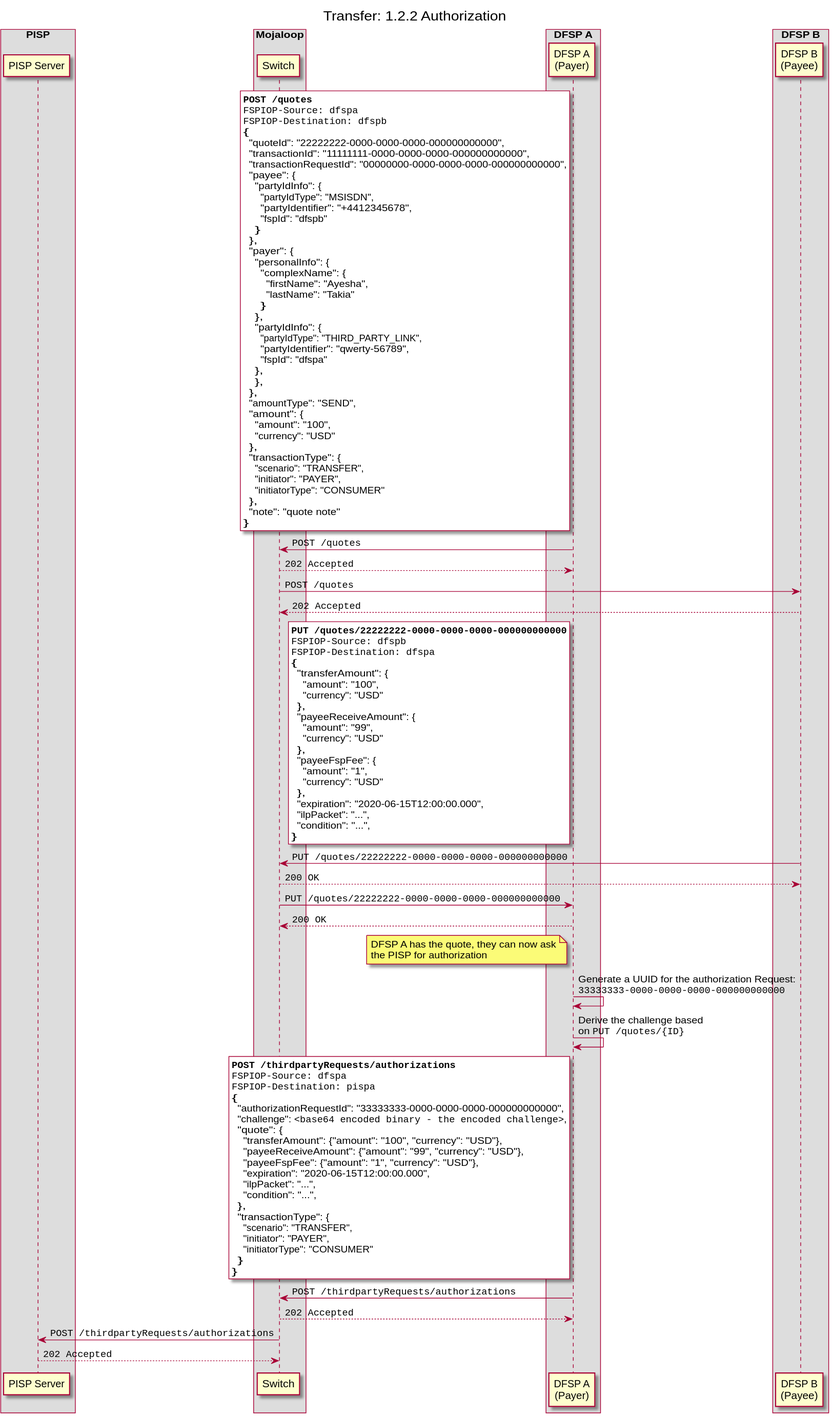
The PlantUML diagram docs/out/transfer/1-2-2-authorization.svg in mojaloop/pisp-project, before a commit. Its source is kept beside it as docs/transfer/1-2-2-authorization.puml.
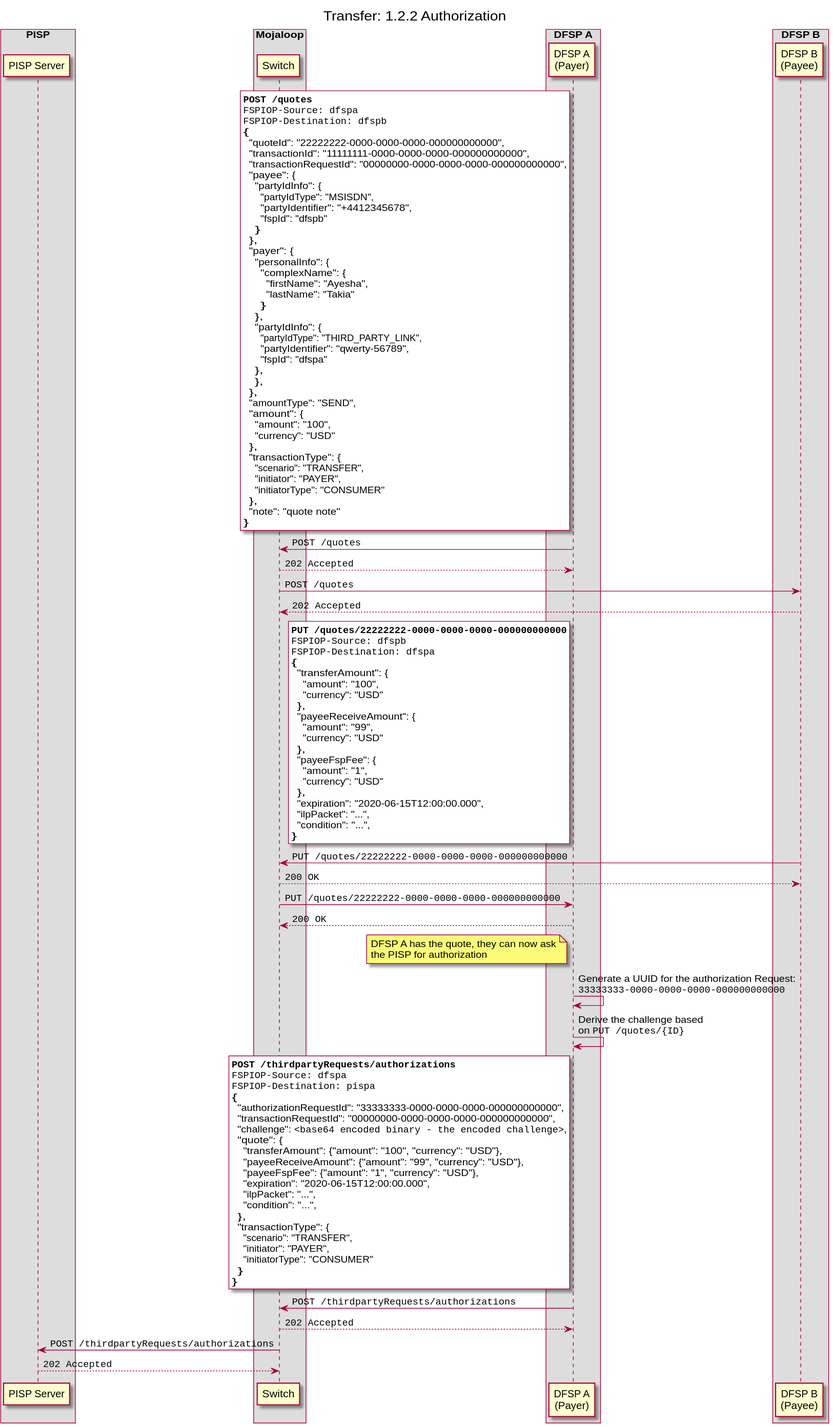
Above is the later version.

Commit message:
feat: minor improvements to readme, update sequences

Diff of the diagram source:
```diff
@@ -104,6 +104,7 @@
 ""FSPIOP-Destination: pispa""
 {
   "authorizationRequestId": "33333333-0000-0000-0000-000000000000",
+  "transactionRequestId": "00000000-0000-0000-0000-000000000000",
   "challenge": ""<base64 encoded binary - the encoded challenge>"",
   "quote": {
     "transferAmount": {"amount": "100", "currency": "USD"},
```
